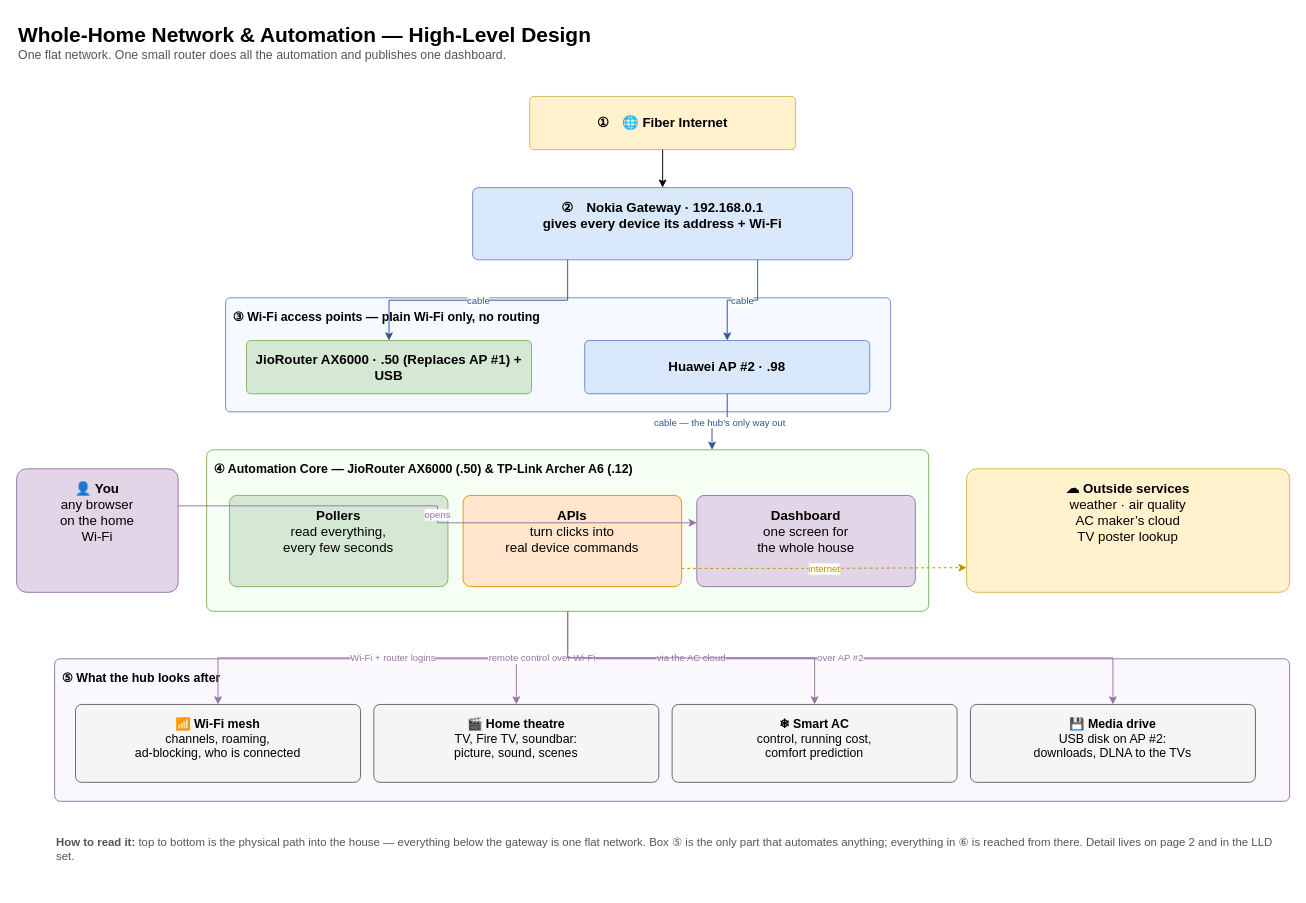
Earlier version of the draw.io diagram page "HLD - one slide" (1 of 2) of docs/diagrams/HLD-whole-architecture.drawio (d2e/my-wifi-docs). Source tidied: cells renumbered, new cells numbered last; positions are measured from the earlier drawing's top-left corner, leaving out a move shared by most shapes. Both pictures are drawn from the tidied source at 95%, with x=0, y=0 at pixel (16, 16).
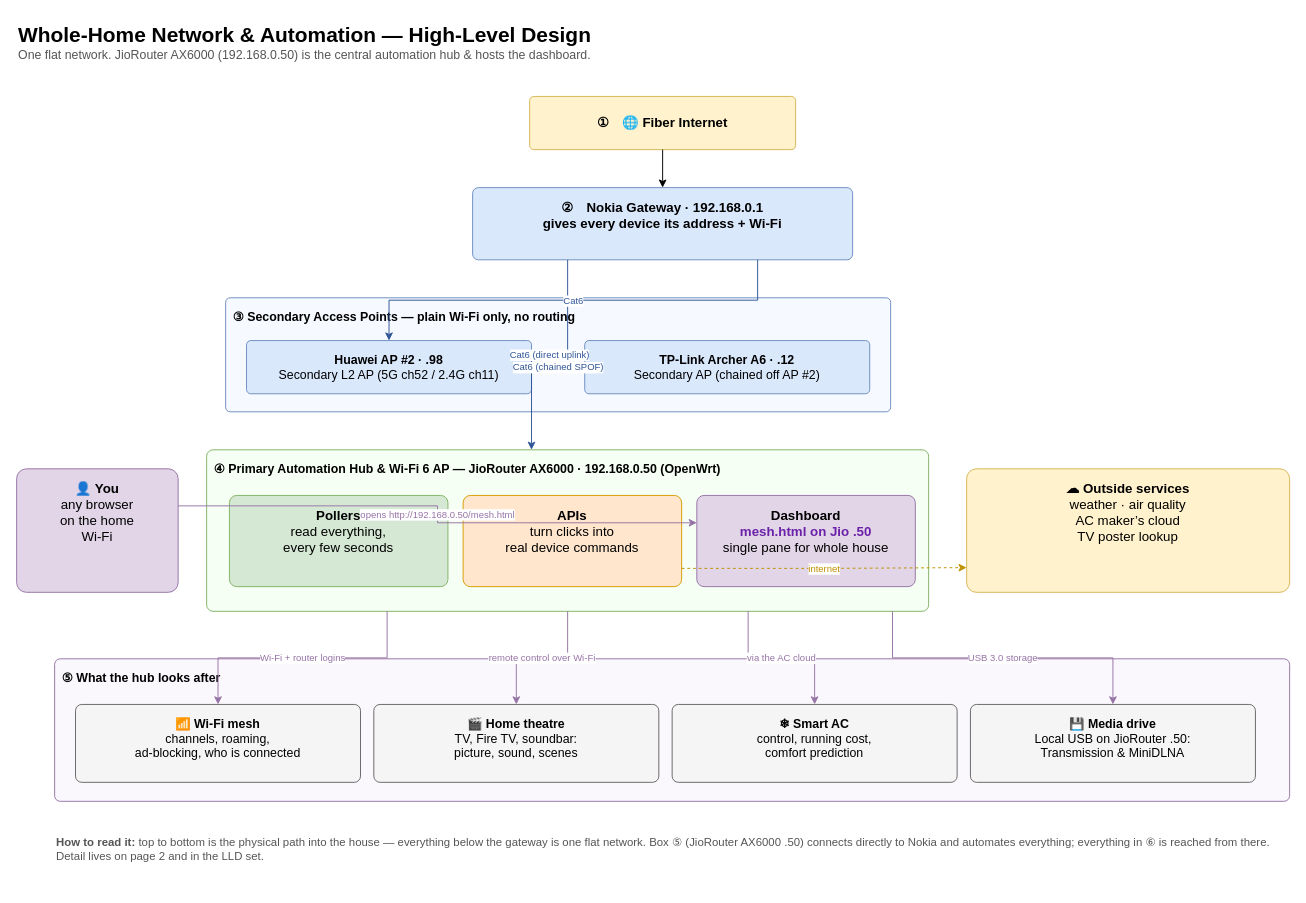
The same diagram, later.

Commit message (it also covers changes not shown here):
docs: update diagrams and docs to reflect mesh.html and automation hub on JioRouter .50

The change refers to these unchanged cells:
```xml
<mxCell id="4" value="&lt;b&gt;② Nokia Gateway · 192.168.0.1&lt;/b&gt;&lt;br&gt;gives every device its address + Wi-Fi" style="rounded=1;whiteSpace=wrap;html=1;align=center;verticalAlign=middle;fontSize=14;arcSize=8;spacing=4;fillColor=#dae8fc;strokeColor=#6c8ebf;fontStyle=1;verticalAlign=top;spacing=8;" parent="1" vertex="1">
  <mxGeometry x="480" y="180" width="400" height="76" as="geometry" />
</mxCell>
<mxCell id="12" value="&lt;b&gt;👤 You&lt;/b&gt;&lt;br&gt;any browser&lt;br&gt;on the home&lt;br&gt;Wi-Fi" style="rounded=1;whiteSpace=wrap;html=1;align=center;verticalAlign=middle;fontSize=14;arcSize=8;spacing=4;fillColor=#e1d5e7;strokeColor=#9673a6;verticalAlign=top;spacing=8;" parent="1" vertex="1">
  <mxGeometry y="476" width="170" height="130" as="geometry" />
</mxCell>
<mxCell id="15" value="&lt;b&gt;📶 Wi-Fi mesh&lt;/b&gt;&lt;br&gt;channels, roaming,&lt;br&gt;ad-blocking, who is connected" style="rounded=1;whiteSpace=wrap;html=1;align=center;verticalAlign=middle;fontSize=14;arcSize=8;spacing=4;fillColor=#f5f5f5;strokeColor=#666666;verticalAlign=top;spacing=8;fontSize=13;" parent="1" vertex="1">
  <mxGeometry x="62" y="724" width="300" height="82" as="geometry" />
</mxCell>
<mxCell id="17" value="&lt;b&gt;❄ Smart AC&lt;/b&gt;&lt;br&gt;control, running cost,&lt;br&gt;comfort prediction" style="rounded=1;whiteSpace=wrap;html=1;align=center;verticalAlign=middle;fontSize=14;arcSize=8;spacing=4;fillColor=#f5f5f5;strokeColor=#666666;verticalAlign=top;spacing=8;fontSize=13;" parent="1" vertex="1">
  <mxGeometry x="690" y="724" width="300" height="82" as="geometry" />
</mxCell>
```

The edit, as a diff of the source:
```diff
@@
-    <mxCell id="2" value="&lt;b style=&quot;font-size:22px&quot;&gt;Whole-Home Network &amp;amp; Automation &amp;#8212; High-Level Design&lt;/b&gt;&lt;br&gt;&lt;span style=&quot;font-size:13px;color:#555&quot;&gt;One flat network. One small router does all the automation and publishes one dashboard.&lt;/span&gt;" style="text;html=1;align=left;verticalAlign=top;whiteSpace=wrap;fontSize=13;" parent="1" vertex="1">
+    <mxCell id="2" value="&lt;b style=&quot;font-size:22px&quot;&gt;Whole-Home Network &amp;amp; Automation &amp;#8212; High-Level Design&lt;/b&gt;&lt;br&gt;&lt;span style=&quot;font-size:13px;color:#555&quot;&gt;One flat network. JioRouter AX6000 (192.168.0.50) is the central automation hub &amp;amp; hosts the dashboard.&lt;/span&gt;" style="text;html=1;align=left;verticalAlign=top;whiteSpace=wrap;fontSize=13;" parent="1" vertex="1">
       <mxGeometry width="1340" height="60" as="geometry" />
     </mxCell>
@@
-    <mxCell id="5" value="③  Wi-Fi access points — plain Wi-Fi only, no routing" style="rounded=1;whiteSpace=wrap;html=1;align=left;verticalAlign=top;spacing=8;fontSize=13;fontStyle=1;arcSize=4;fillColor=none;strokeColor=#b0b0b0;dashed=1;strokeColor=#6c8ebf;fillColor=#f6f9ff;dashed=0;" parent="1" vertex="1">
+    <mxCell id="5" value="③  Secondary Access Points — plain Wi-Fi only, no routing" style="rounded=1;whiteSpace=wrap;html=1;align=left;verticalAlign=top;spacing=8;fontSize=13;fontStyle=1;arcSize=4;fillColor=none;strokeColor=#b0b0b0;dashed=1;strokeColor=#6c8ebf;fillColor=#f6f9ff;dashed=0;" parent="1" vertex="1">
       <mxGeometry x="220" y="296" width="700" height="120" as="geometry" />
     </mxCell>
-    <mxCell id="6" value="&lt;b&gt;JioRouter AX6000 · .50 (Replaces AP #1) + USB&lt;/b&gt;" style="rounded=1;whiteSpace=wrap;html=1;align=center;verticalAlign=middle;fontSize=14;arcSize=8;spacing=4;fillColor=#d5e8d4;strokeColor=#82b366;" parent="1" vertex="1">
-      <mxGeometry x="242" y="341" width="300" height="56" as="geometry" />
-    </mxCell>
-    <mxCell id="7" value="&lt;b&gt;Huawei AP #2 · .98&lt;/b&gt;" style="rounded=1;whiteSpace=wrap;html=1;align=center;verticalAlign=middle;fontSize=14;arcSize=8;spacing=4;fillColor=#dae8fc;strokeColor=#6c8ebf;" parent="1" vertex="1">
-      <mxGeometry x="598" y="341" width="300" height="56" as="geometry" />
+    <mxCell id="7" value="&lt;b&gt;Huawei AP #2 · .98&lt;/b&gt;&lt;br&gt;Secondary L2 AP (5G ch52 / 2.4G ch11)" style="rounded=1;whiteSpace=wrap;html=1;align=center;verticalAlign=middle;fontSize=13;arcSize=8;spacing=4;fillColor=#dae8fc;strokeColor=#6c8ebf;" parent="1" vertex="1">
+      <mxGeometry x="242" y="341" width="300" height="56" as="geometry" />
     </mxCell>
+    <mxCell id="30" value="&lt;b&gt;TP-Link Archer A6 · .12&lt;/b&gt;&lt;br&gt;Secondary AP (chained off AP #2)" style="rounded=1;whiteSpace=wrap;html=1;align=center;verticalAlign=middle;fontSize=13;arcSize=8;spacing=4;fillColor=#dae8fc;strokeColor=#6c8ebf;" parent="1" vertex="1">
+      <mxGeometry x="598" y="341" width="300" height="56" as="geometry" />
+    </mxCell>
-    <mxCell id="8" value="④  Automation Core — JioRouter AX6000 (.50) &amp;amp; TP-Link Archer A6 (.12)" style="rounded=1;whiteSpace=wrap;html=1;align=left;verticalAlign=top;spacing=8;fontSize=13;fontStyle=1;arcSize=4;fillColor=none;strokeColor=#b0b0b0;dashed=1;strokeColor=#82b366;fillColor=#f6fff4;dashed=0;" parent="1" vertex="1">
+    <mxCell id="8" value="④  Primary Automation Hub &amp;amp; Wi-Fi 6 AP — JioRouter AX6000 · 192.168.0.50 (OpenWrt)" style="rounded=1;whiteSpace=wrap;html=1;align=left;verticalAlign=top;spacing=8;fontSize=13;fontStyle=1;arcSize=4;fillColor=none;strokeColor=#b0b0b0;dashed=1;strokeColor=#82b366;fillColor=#f6fff4;dashed=0;" parent="1" vertex="1">
       <mxGeometry x="200" y="456" width="760" height="170" as="geometry" />
     </mxCell>
@@
-    <mxCell id="11" value="&lt;b&gt;Dashboard&lt;/b&gt;&lt;br&gt;one screen for&lt;br&gt;the whole house" style="rounded=1;whiteSpace=wrap;html=1;align=center;verticalAlign=middle;fontSize=14;arcSize=8;spacing=4;fillColor=#e1d5e7;strokeColor=#9673a6;verticalAlign=top;spacing=8;" parent="1" vertex="1">
+    <mxCell id="11" value="&lt;b&gt;Dashboard&lt;/b&gt;&lt;br&gt;&lt;b style=&quot;color:#6b21a8&quot;&gt;mesh.html on Jio .50&lt;/b&gt;&lt;br&gt;single pane for whole house" style="rounded=1;whiteSpace=wrap;html=1;align=center;verticalAlign=middle;fontSize=14;arcSize=8;spacing=4;fillColor=#e1d5e7;strokeColor=#9673a6;verticalAlign=top;spacing=8;" parent="1" vertex="1">
       <mxGeometry x="716" y="504" width="230" height="96" as="geometry" />
     </mxCell>
@@
-    <mxCell id="18" value="&lt;b&gt;💾 Media drive&lt;/b&gt;&lt;br&gt;USB disk on AP #2:&lt;br&gt;downloads, DLNA to the TVs" style="rounded=1;whiteSpace=wrap;html=1;align=center;verticalAlign=middle;fontSize=14;arcSize=8;spacing=4;fillColor=#f5f5f5;strokeColor=#666666;verticalAlign=top;spacing=8;fontSize=13;" parent="1" vertex="1">
+    <mxCell id="18" value="&lt;b&gt;💾 Media drive&lt;/b&gt;&lt;br&gt;Local USB on JioRouter .50:&lt;br&gt;Transmission &amp;amp; MiniDLNA" style="rounded=1;whiteSpace=wrap;html=1;align=center;verticalAlign=middle;fontSize=14;arcSize=8;spacing=4;fillColor=#f5f5f5;strokeColor=#666666;verticalAlign=top;spacing=8;fontSize=13;" parent="1" vertex="1">
       <mxGeometry x="1004" y="724" width="300" height="82" as="geometry" />
     </mxCell>
-    <mxCell id="19" value="&lt;span style=&quot;font-size:12px;color:#555&quot;&gt;&lt;b&gt;How to read it:&lt;/b&gt; top to bottom is the physical path into the house &amp;#8212; everything below the gateway is one flat network. Box &amp;#9316; is the only part that automates anything; everything in &amp;#9317; is reached from there. Detail lives on page 2 and in the LLD set.&lt;/span&gt;" style="text;html=1;align=left;verticalAlign=top;whiteSpace=wrap;fontSize=12;" parent="1" vertex="1">
+    <mxCell id="19" value="&lt;span style=&quot;font-size:12px;color:#555&quot;&gt;&lt;b&gt;How to read it:&lt;/b&gt; top to bottom is the physical path into the house &amp;#8212; everything below the gateway is one flat network. Box &amp;#9316; (JioRouter AX6000 .50) connects directly to Nokia and automates everything; everything in &amp;#9317; is reached from there. Detail lives on page 2 and in the LLD set.&lt;/span&gt;" style="text;html=1;align=left;verticalAlign=top;whiteSpace=wrap;fontSize=12;" parent="1" vertex="1">
       <mxGeometry x="40" y="856" width="1300" height="60" as="geometry" />
     </mxCell>
@@
-    <mxCell id="21" value="cable" style="edgeStyle=orthogonalEdgeStyle;rounded=0;html=1;fontSize=10;labelBackgroundColor=#ffffff;exitX=0.25;exitY=1;exitDx=0;exitDy=0;entryX=0.5;entryY=0;entryDx=0;entryDy=0;strokeColor=#2f5597;fontColor=#2f5597;" parent="1" edge="1" source="4" target="6">
+    <mxCell id="21" value="Cat6 (direct uplink)" style="edgeStyle=orthogonalEdgeStyle;rounded=0;html=1;fontSize=10;labelBackgroundColor=#ffffff;exitX=0.25;exitY=1;exitDx=0;exitDy=0;entryX=0.45;entryY=0;entryDx=0;entryDy=0;strokeColor=#2f5597;fontColor=#2f5597;" parent="1" edge="1" source="4" target="8">
       <mxGeometry relative="1" as="geometry" />
     </mxCell>
-    <mxCell id="22" value="cable" style="edgeStyle=orthogonalEdgeStyle;rounded=0;html=1;fontSize=10;labelBackgroundColor=#ffffff;exitX=0.75;exitY=1;exitDx=0;exitDy=0;entryX=0.5;entryY=0;entryDx=0;entryDy=0;strokeColor=#2f5597;fontColor=#2f5597;" parent="1" edge="1" source="4" target="7">
+    <mxCell id="22" value="Cat6" style="edgeStyle=orthogonalEdgeStyle;rounded=0;html=1;fontSize=10;labelBackgroundColor=#ffffff;exitX=0.75;exitY=1;exitDx=0;exitDy=0;entryX=0.5;entryY=0;entryDx=0;entryDy=0;strokeColor=#2f5597;fontColor=#2f5597;" parent="1" edge="1" source="4" target="7">
       <mxGeometry relative="1" as="geometry" />
     </mxCell>
-    <mxCell id="23" value="cable — the hub’s only way out" style="edgeStyle=orthogonalEdgeStyle;rounded=0;html=1;fontSize=10;labelBackgroundColor=#ffffff;exitX=0.5;exitY=1;exitDx=0;exitDy=0;entryX=0.7;entryY=0;entryDx=0;entryDy=0;strokeColor=#2f5597;fontColor=#2f5597;" parent="1" edge="1" source="7" target="8">
+    <mxCell id="23" value="Cat6 (chained SPOF)" style="edgeStyle=orthogonalEdgeStyle;rounded=0;html=1;fontSize=10;labelBackgroundColor=#ffffff;exitX=1;exitY=0.5;exitDx=0;exitDy=0;entryX=0;entryY=0.5;entryDx=0;entryDy=0;strokeColor=#2f5597;fontColor=#2f5597;" parent="1" edge="1" source="7" target="30">
       <mxGeometry relative="1" as="geometry" />
     </mxCell>
-    <mxCell id="24" value="opens" style="edgeStyle=orthogonalEdgeStyle;rounded=0;html=1;fontSize=10;labelBackgroundColor=#ffffff;exitX=1;exitY=0.3;exitDx=0;exitDy=0;entryX=0;entryY=0.3;entryDx=0;entryDy=0;strokeColor=#9673a6;fontColor=#9673a6;" parent="1" edge="1" source="12" target="11">
+    <mxCell id="24" value="opens http://192.168.0.50/mesh.html" style="edgeStyle=orthogonalEdgeStyle;rounded=0;html=1;fontSize=10;labelBackgroundColor=#ffffff;exitX=1;exitY=0.3;exitDx=0;exitDy=0;entryX=0;entryY=0.3;entryDx=0;entryDy=0;strokeColor=#9673a6;fontColor=#9673a6;" parent="1" edge="1" source="12" target="11">
       <mxGeometry relative="1" as="geometry" />
     </mxCell>
@@
-    <mxCell id="26" value="Wi-Fi + router logins" style="edgeStyle=orthogonalEdgeStyle;rounded=0;html=1;fontSize=10;labelBackgroundColor=#ffffff;exitX=0.5;exitY=1;exitDx=0;exitDy=0;entryX=0.5;entryY=0;entryDx=0;entryDy=0;strokeColor=#9673a6;fontColor=#9673a6;" parent="1" edge="1" source="8" target="15">
+    <mxCell id="26" value="Wi-Fi + router logins" style="edgeStyle=orthogonalEdgeStyle;rounded=0;html=1;fontSize=10;labelBackgroundColor=#ffffff;exitX=0.25;exitY=1;exitDx=0;exitDy=0;entryX=0.5;entryY=0;entryDx=0;entryDy=0;strokeColor=#9673a6;fontColor=#9673a6;" parent="1" edge="1" source="8" target="15">
       <mxGeometry relative="1" as="geometry" />
     </mxCell>
@@
-    <mxCell id="28" value="via the AC cloud" style="edgeStyle=orthogonalEdgeStyle;rounded=0;html=1;fontSize=10;labelBackgroundColor=#ffffff;exitX=0.5;exitY=1;exitDx=0;exitDy=0;entryX=0.5;entryY=0;entryDx=0;entryDy=0;strokeColor=#9673a6;fontColor=#9673a6;" parent="1" edge="1" source="8" target="17">
+    <mxCell id="28" value="via the AC cloud" style="edgeStyle=orthogonalEdgeStyle;rounded=0;html=1;fontSize=10;labelBackgroundColor=#ffffff;exitX=0.75;exitY=1;exitDx=0;exitDy=0;entryX=0.5;entryY=0;entryDx=0;entryDy=0;strokeColor=#9673a6;fontColor=#9673a6;" parent="1" edge="1" source="8" target="17">
       <mxGeometry relative="1" as="geometry" />
     </mxCell>
-    <mxCell id="29" value="over AP #2" style="edgeStyle=orthogonalEdgeStyle;rounded=0;html=1;fontSize=10;labelBackgroundColor=#ffffff;exitX=0.5;exitY=1;exitDx=0;exitDy=0;entryX=0.5;entryY=0;entryDx=0;entryDy=0;strokeColor=#9673a6;fontColor=#9673a6;" parent="1" edge="1" source="8" target="18">
+    <mxCell id="29" value="USB 3.0 storage" style="edgeStyle=orthogonalEdgeStyle;rounded=0;html=1;fontSize=10;labelBackgroundColor=#ffffff;exitX=0.95;exitY=1;exitDx=0;exitDy=0;entryX=0.5;entryY=0;entryDx=0;entryDy=0;strokeColor=#9673a6;fontColor=#9673a6;" parent="1" edge="1" source="8" target="18">
       <mxGeometry relative="1" as="geometry" />
     </mxCell>
```
